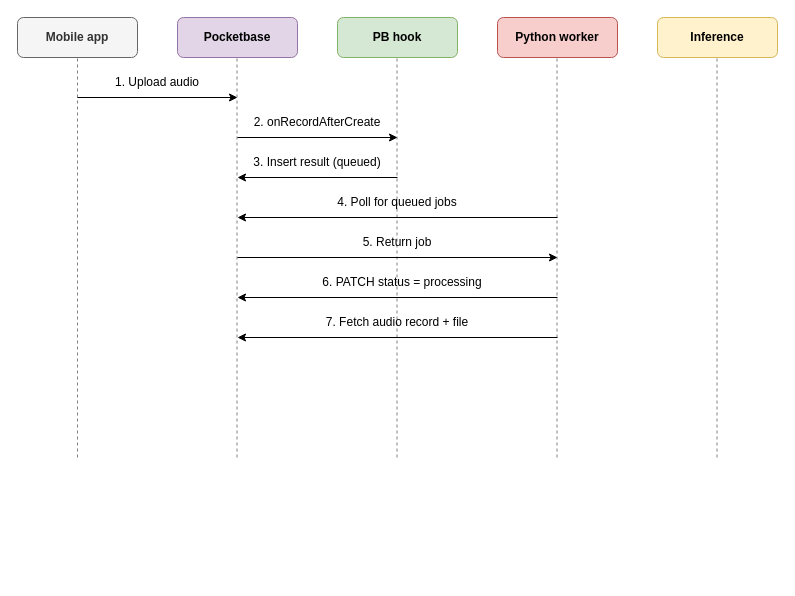
lukas0173/Draw.io keeps this draw.io diagram as RespirAI-BackedFlow.drawio. Above is the earlier version. Source tidied: cells renumbered, new cells numbered last; positions are measured from the earlier drawing's top-left corner, leaving out a move shared by most shapes. Both pictures are drawn from the tidied source at 100%, with x=0, y=0 at pixel (17, 17).
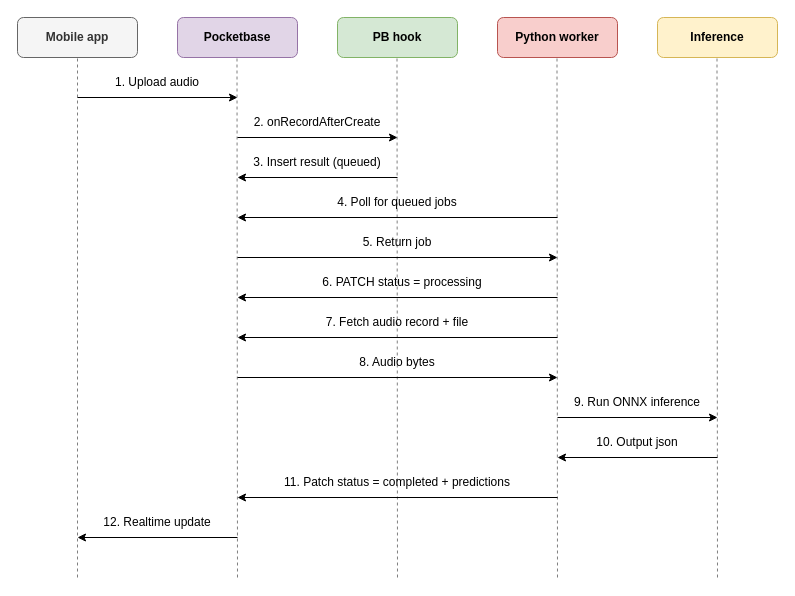
After the change.

The change refers to these unchanged cells:
```xml
<mxCell id="2" value="Mobile app" style="rounded=1;whiteSpace=wrap;html=1;fillColor=#f5f5f5;strokeColor=#666666;fontColor=#333333;fontStyle=1;" parent="1" vertex="1">
  <mxGeometry width="120" height="40" as="geometry" />
</mxCell>
```

Change to the diagram source:
```diff
@@
     <mxCell id="7" style="endArrow=none;dashed=1;html=1;rounded=0;entryX=0.5;entryY=1;entryDx=0;entryDy=0;opacity=50;" parent="1" edge="1" target="2">
       <mxGeometry relative="1" as="geometry">
-        <mxPoint x="60" y="440" as="sourcePoint" />
+        <mxPoint x="60" y="560" as="sourcePoint" />
       </mxGeometry>
     </mxCell>
     <mxCell id="8" style="endArrow=none;dashed=1;html=1;rounded=0;entryX=0.5;entryY=1;entryDx=0;entryDy=0;opacity=50;" parent="1" edge="1">
       <mxGeometry relative="1" as="geometry">
-        <mxPoint x="219.5" y="440" as="sourcePoint" />
+        <mxPoint x="220" y="560" as="sourcePoint" />
         <mxPoint x="219.5" y="40" as="targetPoint" />
       </mxGeometry>
     </mxCell>
     <mxCell id="9" style="endArrow=none;dashed=1;html=1;rounded=0;entryX=0.5;entryY=1;entryDx=0;entryDy=0;opacity=50;" parent="1" edge="1">
       <mxGeometry relative="1" as="geometry">
-        <mxPoint x="379.5" y="440" as="sourcePoint" />
+        <mxPoint x="380" y="560" as="sourcePoint" />
         <mxPoint x="379.5" y="40" as="targetPoint" />
       </mxGeometry>
     </mxCell>
     <mxCell id="10" style="endArrow=none;dashed=1;html=1;rounded=0;entryX=0.5;entryY=1;entryDx=0;entryDy=0;opacity=50;" parent="1" edge="1">
       <mxGeometry relative="1" as="geometry">
-        <mxPoint x="539.5" y="440" as="sourcePoint" />
+        <mxPoint x="540" y="560" as="sourcePoint" />
         <mxPoint x="539.5" y="40" as="targetPoint" />
       </mxGeometry>
     </mxCell>
     <mxCell id="11" style="endArrow=none;dashed=1;html=1;rounded=0;entryX=0.5;entryY=1;entryDx=0;entryDy=0;opacity=50;" parent="1" edge="1">
       <mxGeometry relative="1" as="geometry">
-        <mxPoint x="699.5" y="440" as="sourcePoint" />
+        <mxPoint x="700" y="560" as="sourcePoint" />
         <mxPoint x="699.5" y="40" as="targetPoint" />
       </mxGeometry>
     </mxCell>
@@
+    <mxCell id="26" value="8. Audio bytes" style="text;html=1;whiteSpace=wrap;strokeColor=none;fillColor=none;align=center;verticalAlign=middle;rounded=0;" parent="1" vertex="1">
+      <mxGeometry x="310" y="330" width="140" height="30" as="geometry" />
+    </mxCell>
+    <mxCell id="27" style="endArrow=classic;html=1;rounded=0;endFill=1;startArrow=none;startFill=0;" parent="1" edge="1">
+      <mxGeometry relative="1" as="geometry">
+        <mxPoint x="220" y="360" as="sourcePoint" />
+        <mxPoint x="540" y="360" as="targetPoint" />
+      </mxGeometry>
+    </mxCell>
+    <mxCell id="28" style="endArrow=classic;html=1;rounded=0;" parent="1" edge="1">
+      <mxGeometry relative="1" as="geometry">
+        <mxPoint x="540" y="400" as="sourcePoint" />
+        <mxPoint x="700" y="400" as="targetPoint" />
+      </mxGeometry>
+    </mxCell>
+    <mxCell id="29" value="9. Run ONNX inference" style="text;html=1;whiteSpace=wrap;strokeColor=none;fillColor=none;align=center;verticalAlign=middle;rounded=0;" parent="1" vertex="1">
+      <mxGeometry x="550" y="370" width="140" height="30" as="geometry" />
+    </mxCell>
+    <mxCell id="30" value="11. Patch status = completed + predictions" style="text;html=1;whiteSpace=wrap;strokeColor=none;fillColor=none;align=center;verticalAlign=middle;rounded=0;" parent="1" vertex="1">
+      <mxGeometry x="260" y="450" width="240" height="30" as="geometry" />
+    </mxCell>
+    <mxCell id="31" style="endArrow=none;html=1;rounded=0;endFill=0;startArrow=classic;startFill=1;" parent="1" edge="1">
+      <mxGeometry relative="1" as="geometry">
+        <mxPoint x="220" y="480" as="sourcePoint" />
+        <mxPoint x="540" y="480" as="targetPoint" />
+      </mxGeometry>
+    </mxCell>
+    <mxCell id="32" style="endArrow=none;html=1;rounded=0;startArrow=classic;startFill=1;endFill=0;" parent="1" edge="1">
+      <mxGeometry relative="1" as="geometry">
+        <mxPoint x="540" y="440" as="sourcePoint" />
+        <mxPoint x="700" y="440" as="targetPoint" />
+      </mxGeometry>
+    </mxCell>
+    <mxCell id="33" value="10. Output json" style="text;html=1;whiteSpace=wrap;strokeColor=none;fillColor=none;align=center;verticalAlign=middle;rounded=0;" parent="1" vertex="1">
+      <mxGeometry x="560" y="410" width="120" height="30" as="geometry" />
+    </mxCell>
+    <mxCell id="34" style="endArrow=none;html=1;rounded=0;startArrow=classic;startFill=1;endFill=0;" parent="1" edge="1">
+      <mxGeometry relative="1" as="geometry">
+        <mxPoint x="60" y="520" as="sourcePoint" />
+        <mxPoint x="220" y="520" as="targetPoint" />
+      </mxGeometry>
+    </mxCell>
+    <mxCell id="35" value="12. Realtime update" style="text;html=1;whiteSpace=wrap;strokeColor=none;fillColor=none;align=center;verticalAlign=middle;rounded=0;" parent="1" vertex="1">
+      <mxGeometry x="80" y="490" width="120" height="30" as="geometry" />
+    </mxCell>
```
